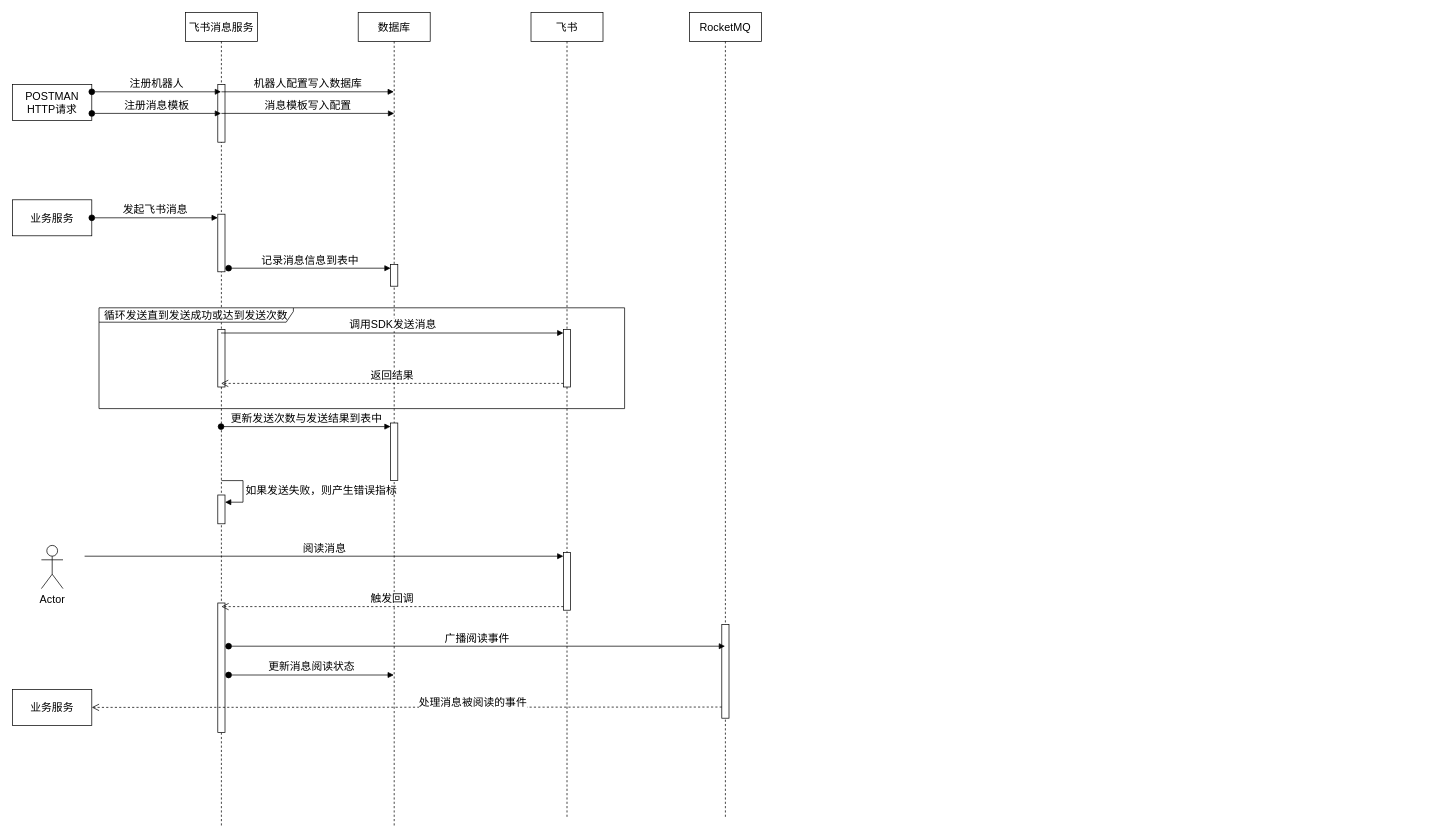
The draw.io diagram 飞书消息流程.drawio in cjf354075714/learn, before the edit. Source tidied: cells renumbered, new cells numbered last; positions are measured from the earlier drawing's top-left corner, leaving out a move shared by most shapes. Both pictures are drawn from the tidied source at 72%, with x=0, y=0 at pixel (12, 12).
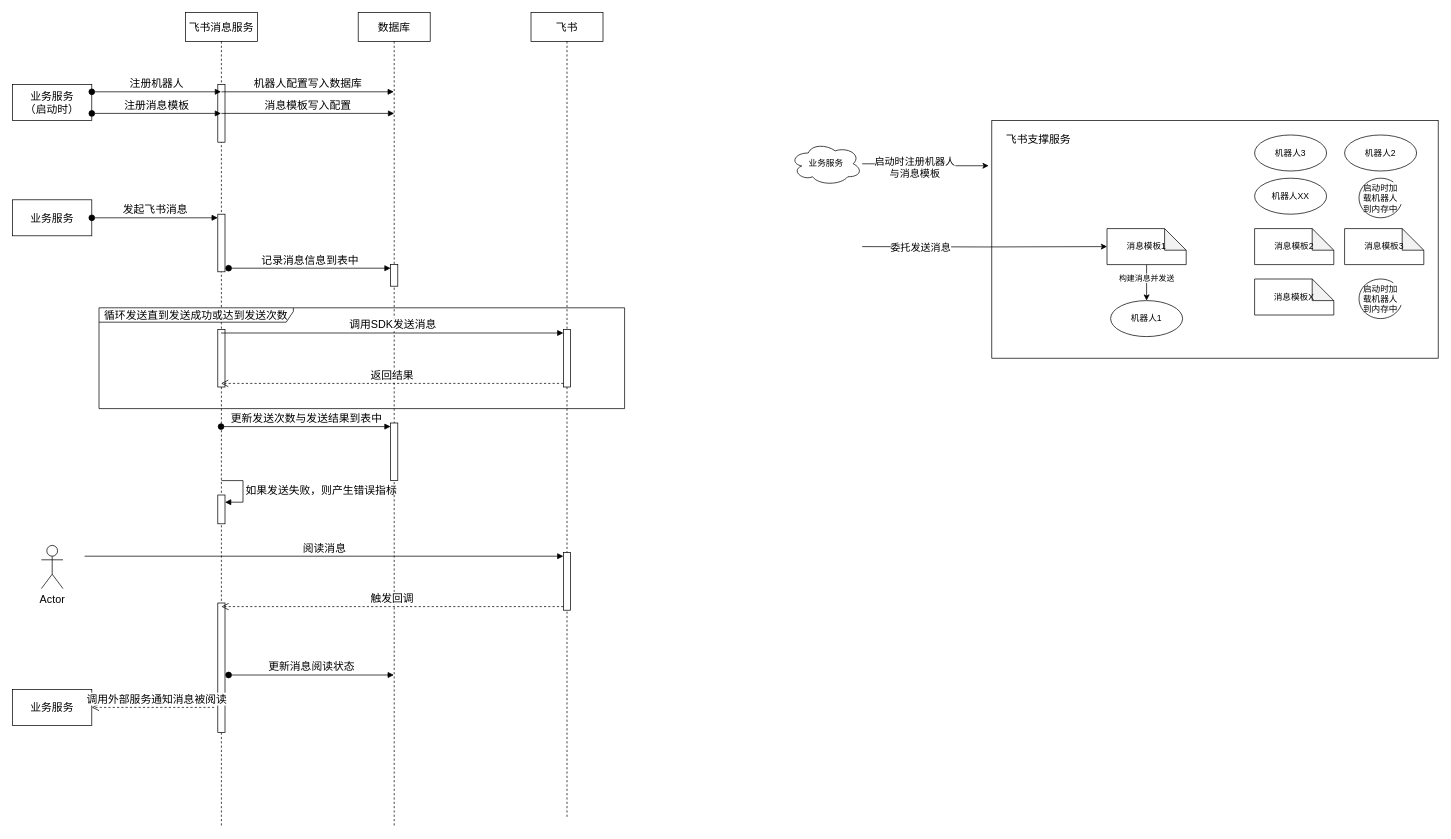
After the change.

Commit message:
更新飞书消息流程.drawio

The change refers to these unchanged cells:
```xml
<mxCell id="25" value="业务服务" style="html=1;whiteSpace=wrap;fontSize=15;" parent="1" vertex="1">
  <mxGeometry y="940" width="110" height="50" as="geometry" />
</mxCell>
```

Diff of the diagram source:
```diff
@@
-    <mxCell id="27" value="RocketMQ" style="shape=umlLifeline;perimeter=lifelinePerimeter;whiteSpace=wrap;html=1;newEdgeStyle={&quot;curved&quot;:0,&quot;rounded&quot;:0};fontSize=15;" parent="1" vertex="1">
-      <mxGeometry x="940" width="100" height="1120" as="geometry" />
-    </mxCell>
-    <mxCell id="28" style="html=1;perimeter=orthogonalPerimeter;targetShapes=umlLifeline;newEdgeStyle={&quot;curved&quot;:0,&quot;rounded&quot;:0};fontSize=15;" parent="27" vertex="1">
-      <mxGeometry x="45" y="850" width="10" height="130" as="geometry" />
-    </mxCell>
-    <mxCell id="29" value="&lt;font style=&quot;font-size: 15px;&quot;&gt;广播阅读事件&lt;/font&gt;" style="html=1;verticalAlign=bottom;startArrow=oval;startFill=1;endArrow=block;startSize=8;curved=0;rounded=0;" parent="1" edge="1">
-      <mxGeometry relative="1" as="geometry">
-        <mxPoint x="300" y="880" as="sourcePoint" />
-        <mxPoint x="989.5" y="880" as="targetPoint" />
-      </mxGeometry>
-    </mxCell>
-    <mxCell id="30" value="处理消息被阅读的事件" style="html=1;verticalAlign=bottom;endArrow=open;dashed=1;endSize=8;curved=0;rounded=0;exitX=0;exitY=1;exitDx=0;exitDy=-5;fontSize=15;entryX=1;entryY=0.5;entryDx=0;entryDy=0;" parent="1" edge="1" target="25">
-      <mxGeometry x="-0.21" y="5" relative="1" as="geometry">
-        <mxPoint x="985" y="964.5" as="sourcePoint" />
+    <mxCell id="30" value="调用外部服务通知消息被阅读" style="html=1;verticalAlign=bottom;endArrow=open;dashed=1;endSize=8;curved=0;rounded=0;fontSize=15;entryX=1;entryY=0.5;entryDx=0;entryDy=0;" parent="1" edge="1" target="25">
+      <mxGeometry x="-0.06" relative="1" as="geometry">
+        <mxPoint x="280" y="965" as="sourcePoint" />
       </mxGeometry>
     </mxCell>
-    <mxCell id="31" value="POSTMAN&lt;div&gt;HTTP请求&lt;/div&gt;" style="html=1;whiteSpace=wrap;fontSize=15;" parent="1" vertex="1">
+    <mxCell id="31" value="业务服务&lt;div&gt;（启动时）&lt;/div&gt;" style="html=1;whiteSpace=wrap;fontSize=15;" parent="1" vertex="1">
       <mxGeometry y="100" width="110" height="50" as="geometry" />
     </mxCell>
@@
+    <mxCell id="36" value="业务服务" style="ellipse;shape=cloud;whiteSpace=wrap;html=1;align=center;" parent="1" vertex="1">
+      <mxGeometry x="1080" y="180" width="100" height="60" as="geometry" />
+    </mxCell>
+    <mxCell id="37" style="rounded=0;whiteSpace=wrap;html=1;" parent="1" vertex="1">
+      <mxGeometry x="1360" y="150" width="620" height="330" as="geometry" />
+    </mxCell>
+    <mxCell id="38" style="edgeStyle=orthogonalEdgeStyle;rounded=0;jettySize=auto;html=1;entryX=-0.007;entryY=0.19;entryDx=0;entryDy=0;entryPerimeter=0;" parent="1" edge="1" source="36" target="37">
+      <mxGeometry relative="1" as="geometry" />
+    </mxCell>
+    <mxCell id="39" value="&lt;font style=&quot;font-size: 14px;&quot;&gt;启动时注册机器人&lt;/font&gt;&lt;div&gt;&lt;font style=&quot;font-size: 14px;&quot;&gt;与消息模板&lt;/font&gt;&lt;/div&gt;" style="edgeLabel;html=1;align=center;verticalAlign=middle;" parent="38" vertex="1">
+      <mxGeometry x="-0.22" y="-4" relative="1" as="geometry">
+        <mxPoint x="2" as="offset" />
+      </mxGeometry>
+    </mxCell>
+    <mxCell id="40" value="&lt;font style=&quot;font-size: 15px;&quot;&gt;飞书支撑服务&lt;/font&gt;" style="text;html=1;whiteSpace=wrap;strokeColor=none;fillColor=none;align=center;verticalAlign=middle;rounded=0;" parent="1" vertex="1">
+      <mxGeometry x="1360" y="160" width="130" height="30" as="geometry" />
+    </mxCell>
+    <mxCell id="41" value="机器人1" style="ellipse;whiteSpace=wrap;html=1;" parent="1" vertex="1">
+      <mxGeometry x="1525" y="400" width="100" height="50" as="geometry" />
+    </mxCell>
+    <mxCell id="42" value="机器人2" style="ellipse;whiteSpace=wrap;html=1;" parent="1" vertex="1">
+      <mxGeometry x="1850" y="170" width="100" height="50" as="geometry" />
+    </mxCell>
+    <mxCell id="43" value="机器人3" style="ellipse;whiteSpace=wrap;html=1;" parent="1" vertex="1">
+      <mxGeometry x="1725" y="170" width="100" height="50" as="geometry" />
+    </mxCell>
+    <mxCell id="44" value="机器人XX" style="ellipse;whiteSpace=wrap;html=1;" parent="1" vertex="1">
+      <mxGeometry x="1725" y="230" width="100" height="50" as="geometry" />
+    </mxCell>
+    <mxCell id="45" style="edgeStyle=orthogonalEdgeStyle;rounded=0;jettySize=auto;html=1;" parent="1" edge="1" source="47" target="41">
+      <mxGeometry relative="1" as="geometry" />
+    </mxCell>
+    <mxCell id="46" value="构建消息并发送" style="edgeLabel;html=1;align=center;verticalAlign=middle;" parent="45" vertex="1">
+      <mxGeometry x="-0.28" y="-1" relative="1" as="geometry" />
+    </mxCell>
+    <mxCell id="47" value="消息模板1" style="shape=note;whiteSpace=wrap;html=1;backgroundOutline=1;darkOpacity=0.05;" parent="1" vertex="1">
+      <mxGeometry x="1520" y="300" width="110" height="50" as="geometry" />
+    </mxCell>
+    <mxCell id="48" value="消息模板3" style="shape=note;whiteSpace=wrap;html=1;backgroundOutline=1;darkOpacity=0.05;" parent="1" vertex="1">
+      <mxGeometry x="1850" y="300" width="110" height="50" as="geometry" />
+    </mxCell>
+    <mxCell id="49" value="消息模板2" style="shape=note;whiteSpace=wrap;html=1;backgroundOutline=1;darkOpacity=0.05;" parent="1" vertex="1">
+      <mxGeometry x="1725" y="300" width="110" height="50" as="geometry" />
+    </mxCell>
+    <mxCell id="50" value="消息模板X" style="shape=note;whiteSpace=wrap;html=1;backgroundOutline=1;darkOpacity=0.05;" parent="1" vertex="1">
+      <mxGeometry x="1725" y="370" width="110" height="50" as="geometry" />
+    </mxCell>
+    <mxCell id="51" style="edgeStyle=orthogonalEdgeStyle;rounded=0;jettySize=auto;html=1;" parent="1" edge="1" target="47">
+      <mxGeometry relative="1" as="geometry">
+        <mxPoint x="1180" y="325" as="sourcePoint" />
+      </mxGeometry>
+    </mxCell>
+    <mxCell id="52" value="&lt;span style=&quot;font-size: 14px;&quot;&gt;委托发送消息&lt;/span&gt;" style="edgeLabel;html=1;align=center;verticalAlign=middle;" parent="51" vertex="1">
+      <mxGeometry x="-0.22" y="-4" relative="1" as="geometry">
+        <mxPoint x="-52" y="-4" as="offset" />
+      </mxGeometry>
+    </mxCell>
+    <mxCell id="53" style="verticalLabelPosition=bottom;verticalAlign=top;html=1;shape=mxgraph.basic.arc;startAngle=0.3;endAngle=0.1;" parent="1" vertex="1">
+      <mxGeometry x="1870" y="230" width="60" height="55" as="geometry" />
+    </mxCell>
+    <mxCell id="54" value="启动时加载机器人到内存中" style="text;html=1;whiteSpace=wrap;strokeColor=none;fillColor=none;align=center;verticalAlign=middle;rounded=0;" parent="1" vertex="1">
+      <mxGeometry x="1870" y="243" width="60" height="30" as="geometry" />
+    </mxCell>
+    <mxCell id="55" style="verticalLabelPosition=bottom;verticalAlign=top;html=1;shape=mxgraph.basic.arc;startAngle=0.3;endAngle=0.1;" parent="1" vertex="1">
+      <mxGeometry x="1870" y="370" width="60" height="55" as="geometry" />
+    </mxCell>
+    <mxCell id="56" value="启动时加载机器人到内存中" style="text;html=1;whiteSpace=wrap;strokeColor=none;fillColor=none;align=center;verticalAlign=middle;rounded=0;" parent="1" vertex="1">
+      <mxGeometry x="1870" y="383" width="60" height="30" as="geometry" />
+    </mxCell>
```
